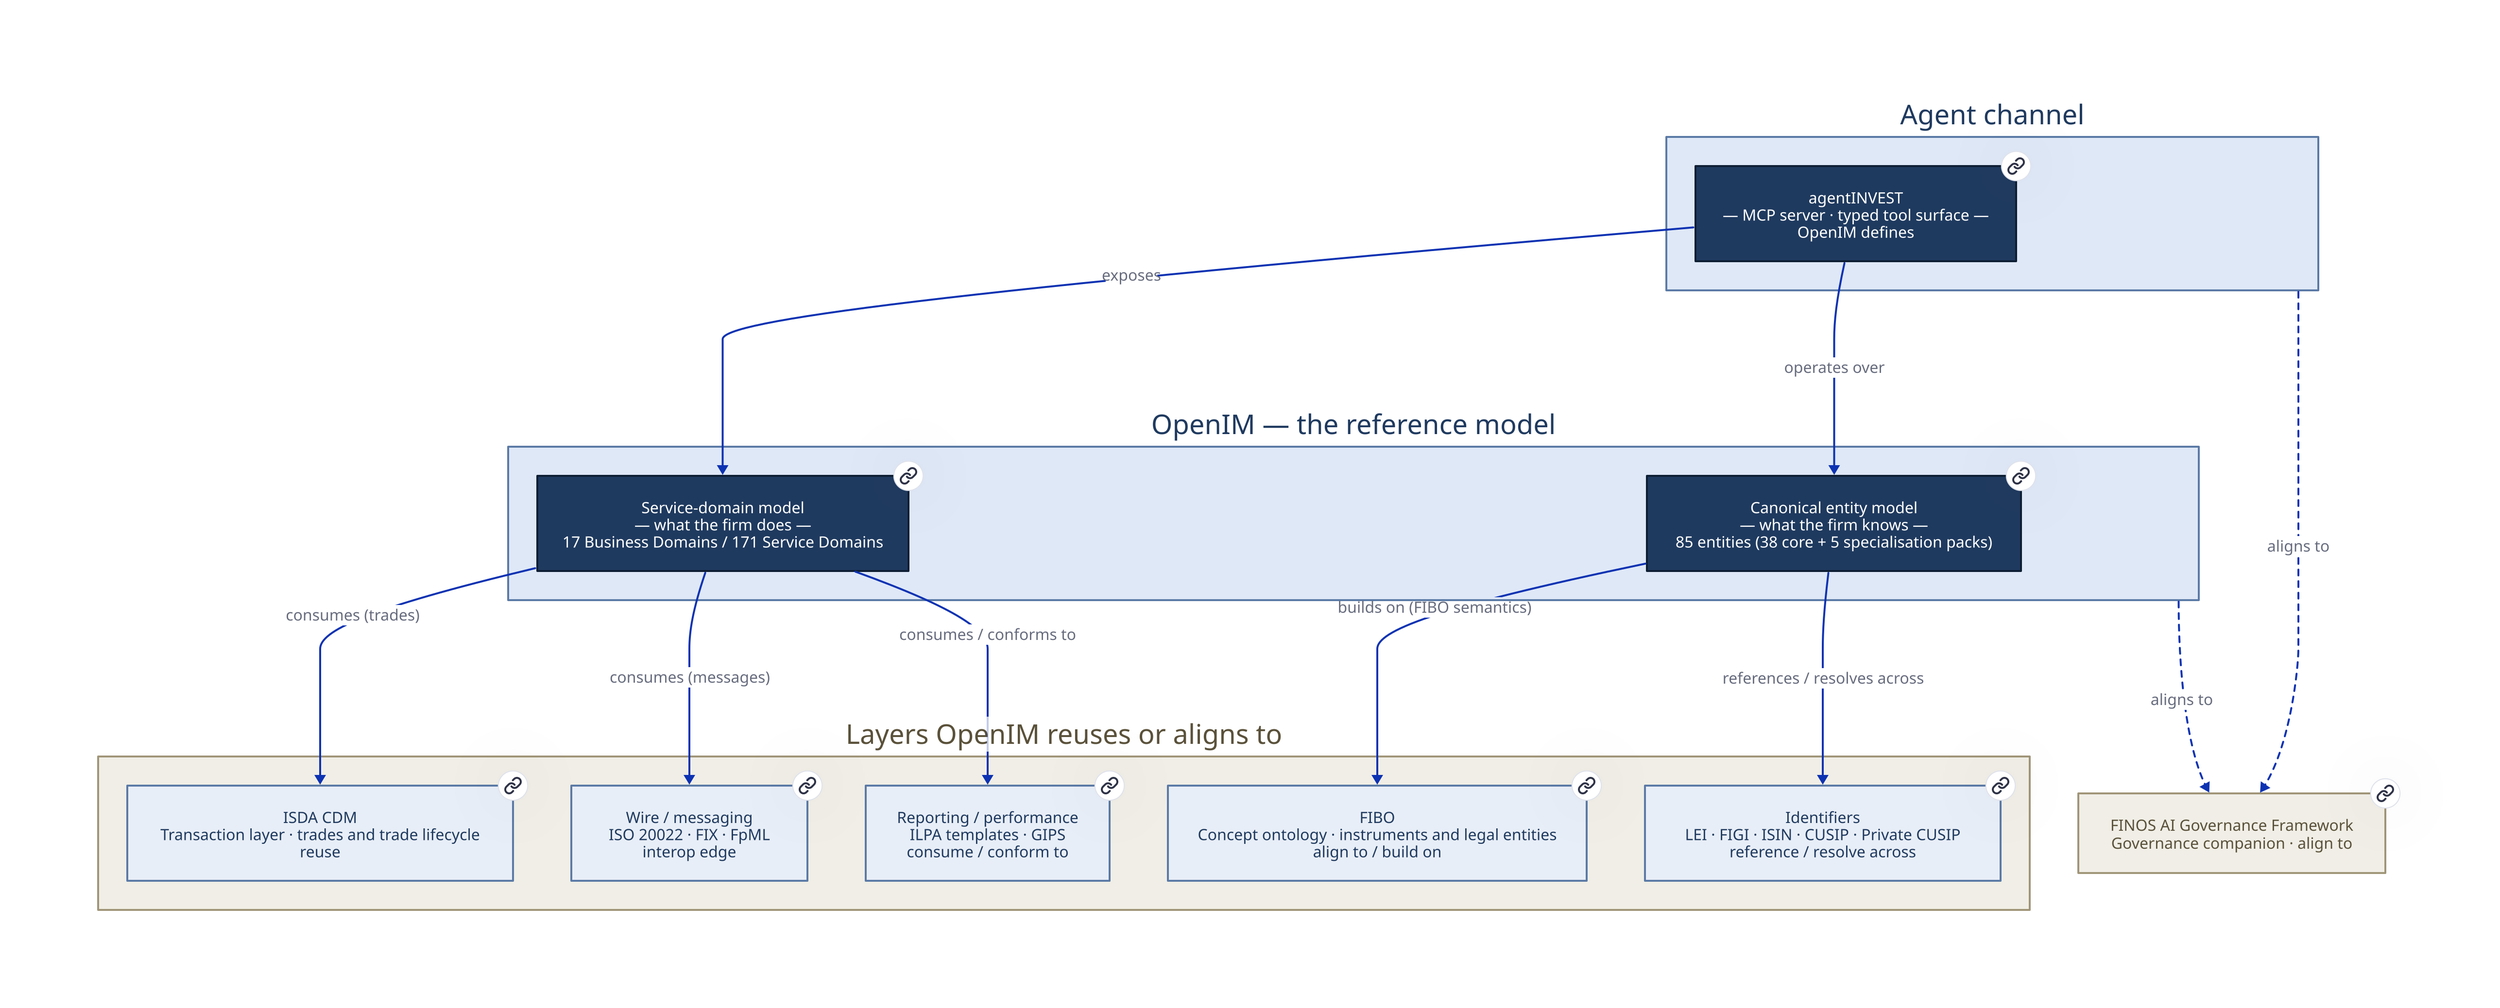
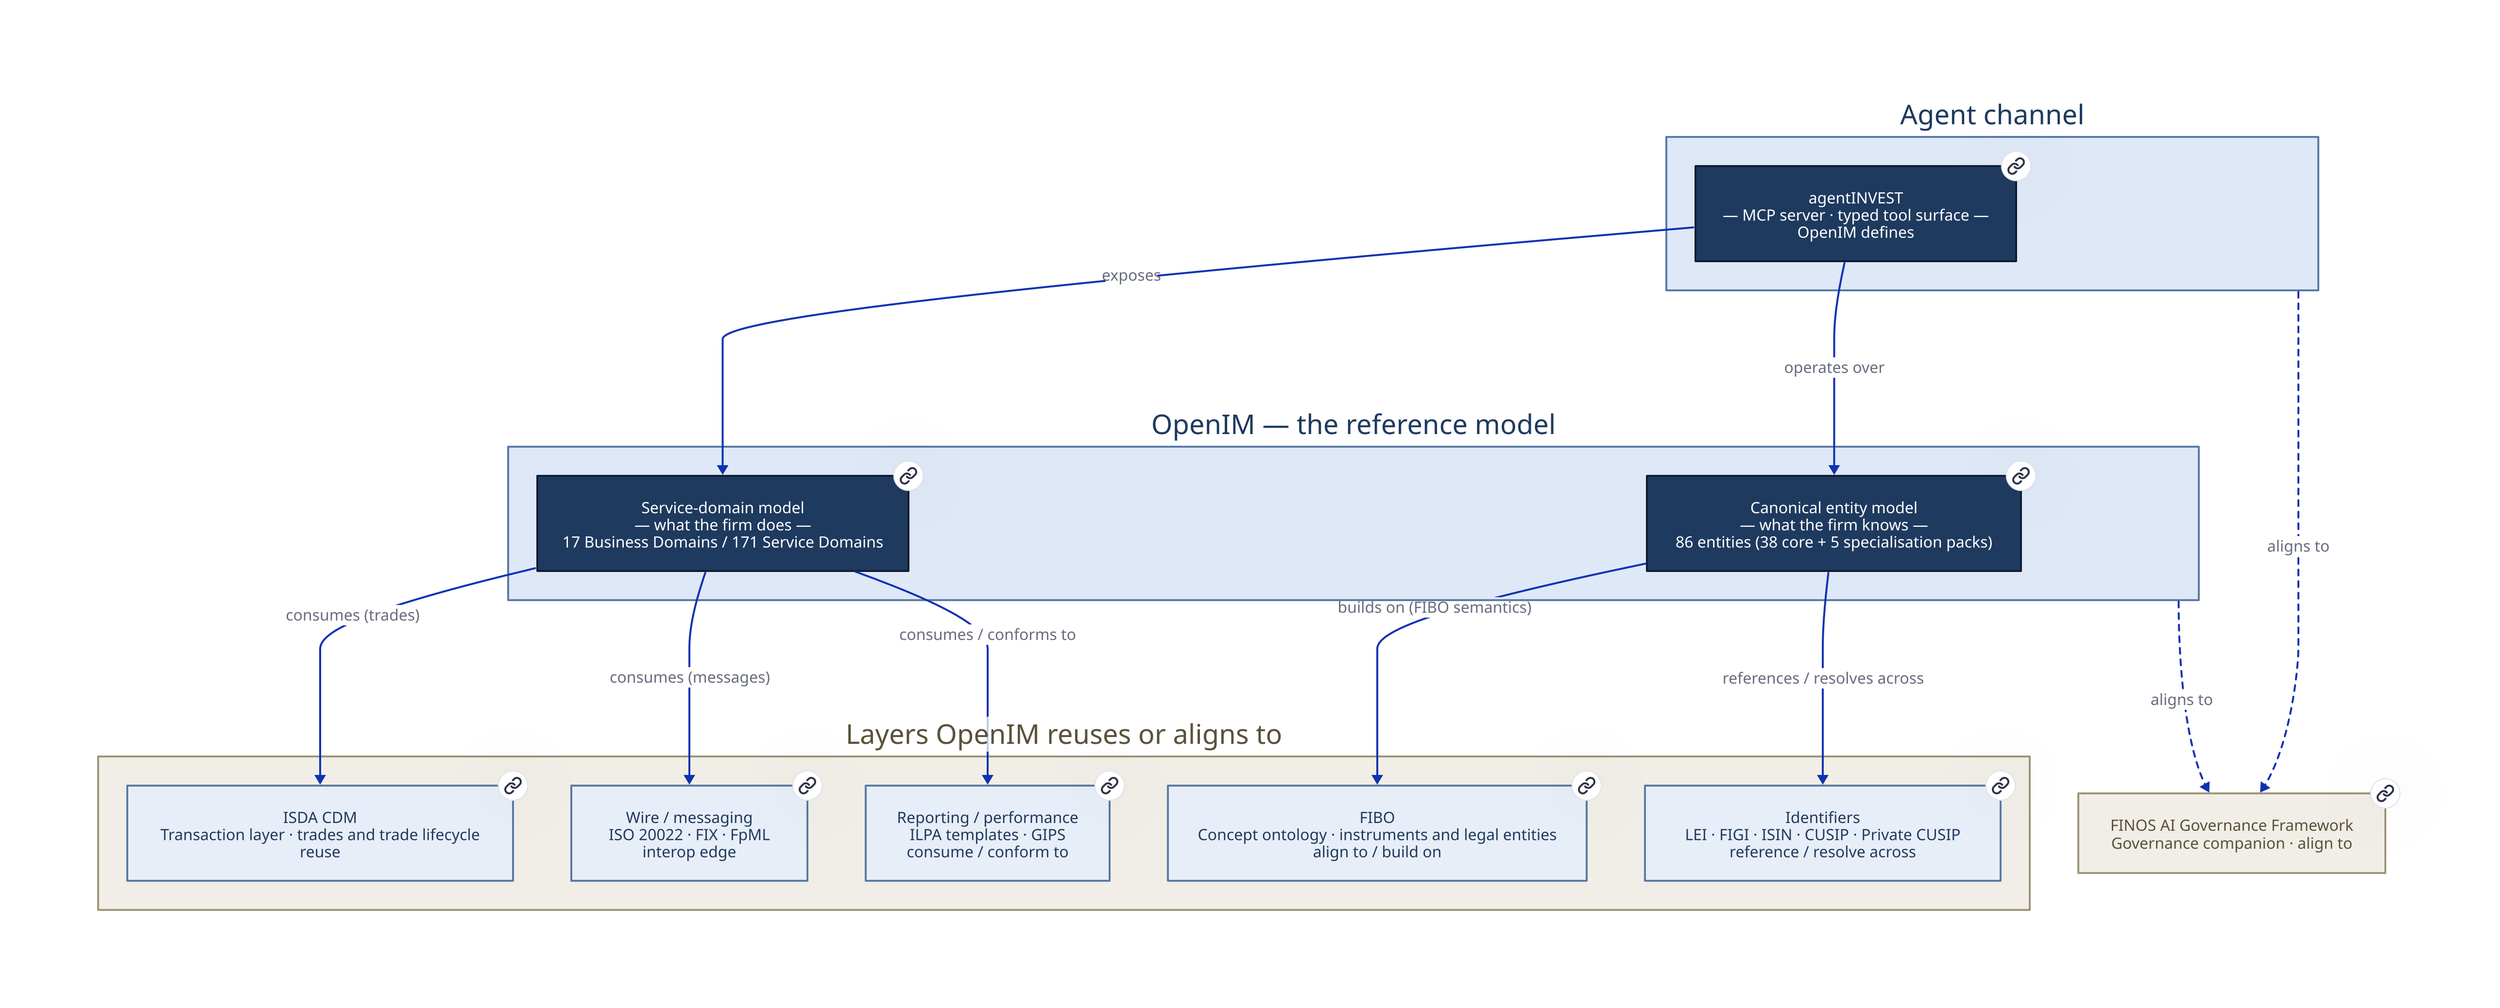
# OpenIM layer stack — D2 source.
#
# Renders OpenIM's position in the standards landscape. Each layer box is
# clickable: OpenIM boxes open in-repo INDEX files (absolute GitHub URLs);
# external standards open PRIOR-ART.md, which is the project's own
# credibility artefact explaining each layer relationship.
#
# A Mermaid form of this diagram lives at ../01-layer-stack.md.

vars: {
  d2-config: {
    layout-engine: elk
  }
}

direction: down

# ─────────────────────────────────────────────────────────
# Agent channel — what an agent talks to.
# ─────────────────────────────────────────────────────────
agent_layer: "Agent channel" {
  style: {fill: "#dfe8f7"; stroke: "#5b7aa6"; font-color: "#1f3a5f"}

  agentinvest: "agentINVEST\n— MCP server · typed tool surface —\nOpenIM defines" {
    link: https://github.com/antikas/open-investment-model/blob/main/reference/README.md
    style: {fill: "#1f3a5f"; font-color: "#ffffff"; bold: true; stroke: "#0e1e33"}
  }
}

# ─────────────────────────────────────────────────────────
# OpenIM — the new layer this project introduces.
# ─────────────────────────────────────────────────────────
openim_layer: "OpenIM — the reference model" {
  style: {fill: "#dfe8f7"; stroke: "#5b7aa6"; font-color: "#1f3a5f"}

  service_domains: "Service-domain model\n— what the firm does —\n17 Business Domains / 171 Service Domains" {
    link: https://github.com/antikas/open-investment-model/blob/main/model/service-domains/INDEX.md
    style: {fill: "#1f3a5f"; font-color: "#ffffff"; bold: true; stroke: "#0e1e33"}
  }

-   entity_model: "Canonical entity model\n— what the firm knows —\n85 entities (38 core + 5 specialisation packs)" {
+   entity_model: "Canonical entity model\n— what the firm knows —\n86 entities (38 core + 5 specialisation packs)" {
    link: https://github.com/antikas/open-investment-model/blob/main/model/entities/INDEX.md
    style: {fill: "#1f3a5f"; font-color: "#ffffff"; bold: true; stroke: "#0e1e33"}
  }
}

# ─────────────────────────────────────────────────────────
# Layers OpenIM reuses or aligns to.
# ─────────────────────────────────────────────────────────
below_layer: "Layers OpenIM reuses or aligns to" {
  style: {fill: "#f0eee6"; stroke: "#a09578"; font-color: "#5a513a"}

  isda_cdm: "ISDA CDM\nTransaction layer · trades and trade lifecycle\nreuse" {
    link: https://github.com/antikas/open-investment-model/blob/main/PRIOR-ART.md
    style: {fill: "#e8eef7"; stroke: "#5b7aa6"; font-color: "#1f3a5f"}
  }

  fibo: "FIBO\nConcept ontology · instruments and legal entities\nalign to / build on" {
    link: https://github.com/antikas/open-investment-model/blob/main/PRIOR-ART.md
    style: {fill: "#e8eef7"; stroke: "#5b7aa6"; font-color: "#1f3a5f"}
  }

  identifiers: "Identifiers\nLEI · FIGI · ISIN · CUSIP · Private CUSIP\nreference / resolve across" {
    link: https://github.com/antikas/open-investment-model/blob/main/PRIOR-ART.md
    style: {fill: "#e8eef7"; stroke: "#5b7aa6"; font-color: "#1f3a5f"}
  }

  wire: "Wire / messaging\nISO 20022 · FIX · FpML\ninterop edge" {
    link: https://github.com/antikas/open-investment-model/blob/main/PRIOR-ART.md
    style: {fill: "#e8eef7"; stroke: "#5b7aa6"; font-color: "#1f3a5f"}
  }

  reporting: "Reporting / performance\nILPA templates · GIPS\nconsume / conform to" {
    link: https://github.com/antikas/open-investment-model/blob/main/PRIOR-ART.md
    style: {fill: "#e8eef7"; stroke: "#5b7aa6"; font-color: "#1f3a5f"}
  }
}

# ─────────────────────────────────────────────────────────
# Governance companion — runs alongside the whole stack.
# ─────────────────────────────────────────────────────────
governance: "FINOS AI Governance Framework\nGovernance companion · align to" {
  link: https://github.com/antikas/open-investment-model/blob/main/PRIOR-ART.md
  style: {fill: "#f0eee6"; stroke: "#a09578"; font-color: "#5a513a"; bold: true}
}

# ─────────────────────────────────────────────────────────
# Relationships — what depends on / consumes / aligns to what.
# ─────────────────────────────────────────────────────────

agent_layer.agentinvest -> openim_layer.service_domains: "exposes"
agent_layer.agentinvest -> openim_layer.entity_model: "operates over"

openim_layer.service_domains -> below_layer.isda_cdm: "consumes (trades)"
openim_layer.service_domains -> below_layer.wire: "consumes (messages)"
openim_layer.service_domains -> below_layer.reporting: "consumes / conforms to"

openim_layer.entity_model -> below_layer.fibo: "builds on (FIBO semantics)"
openim_layer.entity_model -> below_layer.identifiers: "references / resolves across"

openim_layer -> governance: "aligns to" {
  style: {stroke-dash: 3}
}
agent_layer -> governance: "aligns to" {
  style: {stroke-dash: 3}
}
